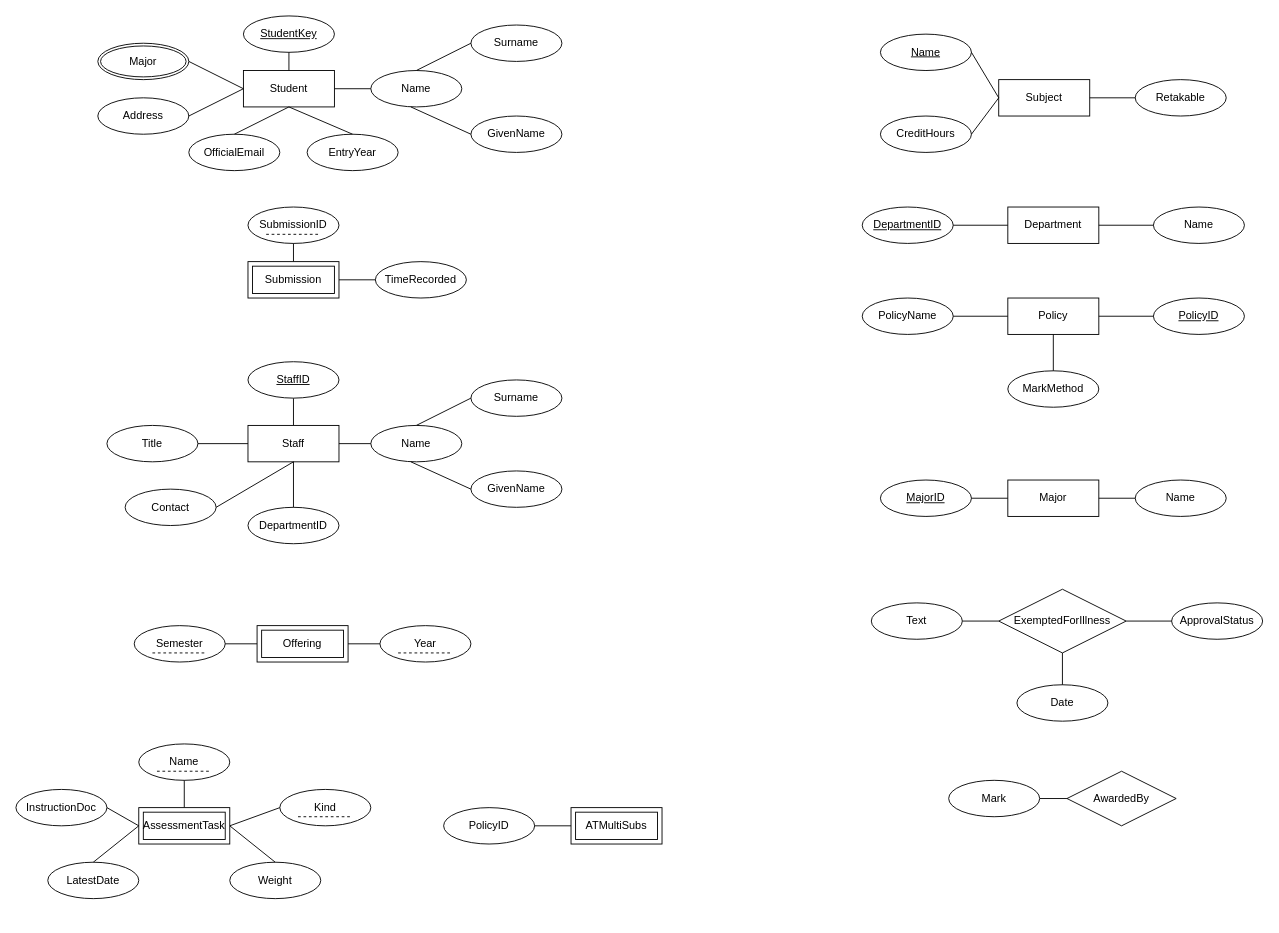
Above: isys2120a2Attr.drawio in NguyenChHieu/graphs (draw.io), before the change. Source tidied: cells renumbered, new cells numbered last; positions are measured from the earlier drawing's top-left corner, leaving out a move shared by most shapes. Both pictures are drawn from the tidied source at 91%, with x=0, y=0 at pixel (15, 15).
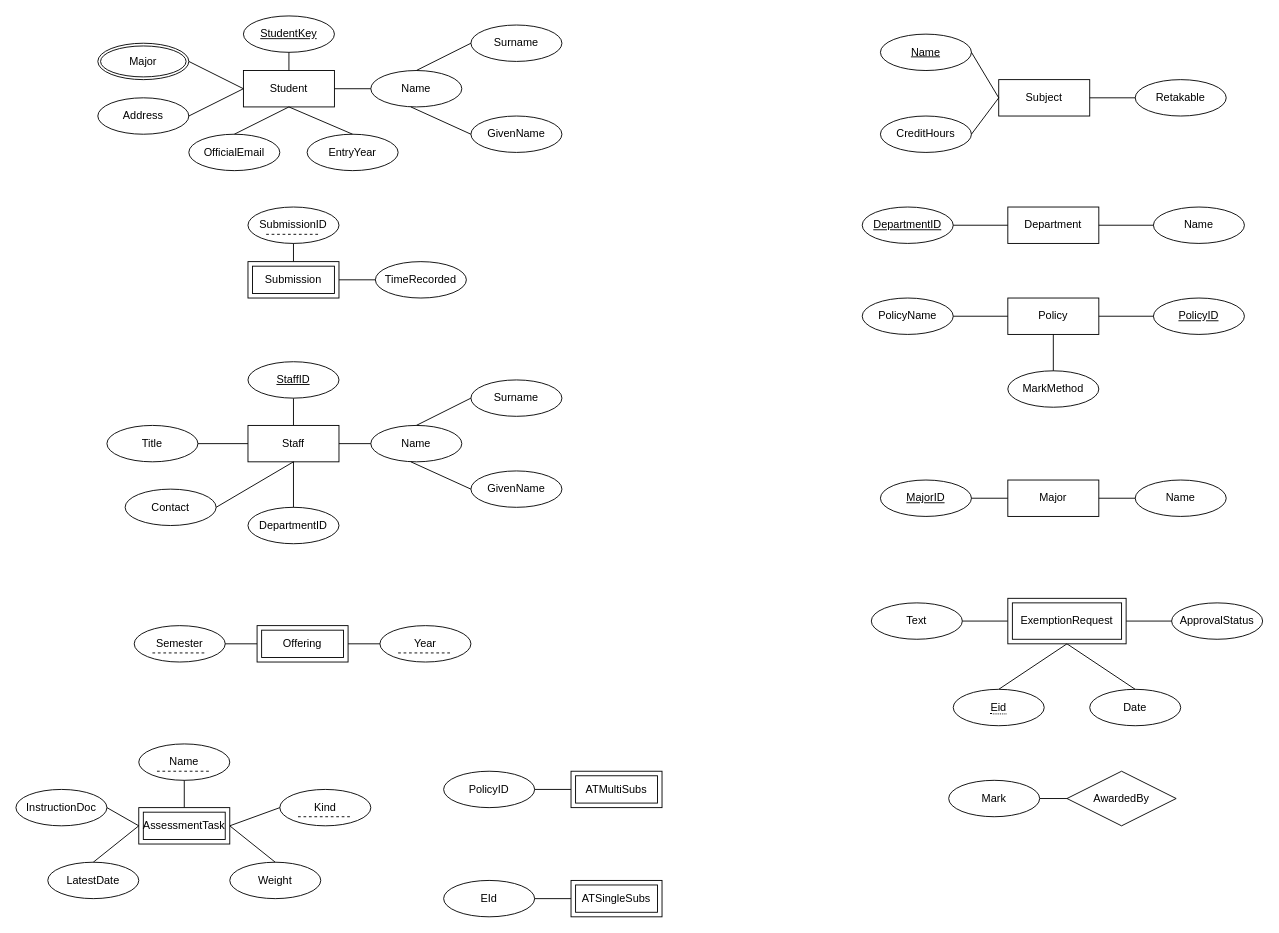
The same diagram, later.

Unchanged cells that the change refers to:
```xml
<mxCell id="61" value="ApprovalStatus" style="ellipse;whiteSpace=wrap;html=1;align=center;" parent="1" vertex="1">
  <mxGeometry x="1270" y="645" width="100" height="40" as="geometry" />
</mxCell>
<mxCell id="94" value="Text" style="ellipse;whiteSpace=wrap;html=1;align=center;" parent="1" vertex="1">
  <mxGeometry x="940" y="645" width="100" height="40" as="geometry" />
</mxCell>
```

The edit, as a diff of the source:
```diff
@@
     <mxCell id="62" value="Date" style="ellipse;whiteSpace=wrap;html=1;align=center;" parent="1" vertex="1">
-      <mxGeometry x="1100" y="735" width="100" height="40" as="geometry" />
+      <mxGeometry x="1180" y="740" width="100" height="40" as="geometry" />
     </mxCell>
@@
     <mxCell id="65" value="PolicyID" style="ellipse;whiteSpace=wrap;html=1;align=center;" parent="1" vertex="1">
-      <mxGeometry x="470" y="870" width="100" height="40" as="geometry" />
+      <mxGeometry x="470" y="830" width="100" height="40" as="geometry" />
     </mxCell>
@@
-    <mxCell id="75" style="endArrow=none;html=1;rounded=0;exitX=1;exitY=0.5;exitDx=0;exitDy=0;entryX=0;entryY=0.5;entryDx=0;entryDy=0;" parent="1" edge="1" source="93" target="61">
+    <mxCell id="75" style="endArrow=none;html=1;rounded=0;exitX=1;exitY=0.5;exitDx=0;exitDy=0;entryX=0;entryY=0.5;entryDx=0;entryDy=0;" parent="1" edge="1" source="97" target="61">
       <mxGeometry relative="1" as="geometry" />
     </mxCell>
-    <mxCell id="76" style="endArrow=none;html=1;rounded=0;entryX=0.5;entryY=1;entryDx=0;entryDy=0;exitX=0.5;exitY=0;exitDx=0;exitDy=0;" parent="1" edge="1" source="62" target="93">
+    <mxCell id="76" style="endArrow=none;html=1;rounded=0;exitX=0.5;exitY=0;exitDx=0;exitDy=0;entryX=0.5;entryY=1;entryDx=0;entryDy=0;" parent="1" edge="1" source="62" target="97">
       <mxGeometry relative="1" as="geometry" />
     </mxCell>
-    <mxCell id="77" style="endArrow=none;html=1;rounded=0;exitX=1;exitY=0.5;exitDx=0;exitDy=0;entryX=0;entryY=0.5;entryDx=0;entryDy=0;" parent="1" edge="1" source="94" target="93">
+    <mxCell id="77" style="endArrow=none;html=1;rounded=0;exitX=1;exitY=0.5;exitDx=0;exitDy=0;entryX=0;entryY=0.5;entryDx=0;entryDy=0;" parent="1" edge="1" source="94" target="97">
       <mxGeometry relative="1" as="geometry" />
     </mxCell>
@@
     <mxCell id="88" value="ATMultiSubs" style="shape=ext;margin=3;double=1;whiteSpace=wrap;html=1;align=center;" parent="1" vertex="1">
-      <mxGeometry x="610" y="870" width="100" height="40" as="geometry" />
+      <mxGeometry x="610" y="830" width="100" height="40" as="geometry" />
     </mxCell>
@@
-    <mxCell id="93" value="ExemptedForIllness" style="shape=rhombus;perimeter=rhombusPerimeter;whiteSpace=wrap;html=1;align=center;" parent="1" vertex="1">
-      <mxGeometry x="1080" y="630" width="140" height="70" as="geometry" />
-    </mxCell>
@@
+    <mxCell id="97" value="ExemptionRequest" style="shape=ext;margin=3;double=1;whiteSpace=wrap;html=1;align=center;" parent="1" vertex="1">
+      <mxGeometry x="1090" y="640" width="130" height="50" as="geometry" />
+    </mxCell>
+    <mxCell id="98" style="endArrow=none;html=1;rounded=0;entryX=0.5;entryY=1;entryDx=0;entryDy=0;exitX=0.5;exitY=0;exitDx=0;exitDy=0;" parent="1" edge="1" source="99" target="97">
+      <mxGeometry relative="1" as="geometry" />
+    </mxCell>
+    <mxCell id="99" value="&lt;span style=&quot;border-bottom: 1px dotted&quot;&gt;Eid&lt;/span&gt;" style="ellipse;whiteSpace=wrap;html=1;align=center;" parent="1" vertex="1">
+      <mxGeometry x="1030" y="740" width="100" height="40" as="geometry" />
+    </mxCell>
+    <mxCell id="100" value="ATSingleSubs" style="shape=ext;margin=3;double=1;whiteSpace=wrap;html=1;align=center;" parent="1" vertex="1">
+      <mxGeometry x="610" y="950" width="100" height="40" as="geometry" />
+    </mxCell>
+    <mxCell id="101" value="EId" style="ellipse;whiteSpace=wrap;html=1;align=center;" parent="1" vertex="1">
+      <mxGeometry x="470" y="950" width="100" height="40" as="geometry" />
+    </mxCell>
+    <mxCell id="102" style="endArrow=none;html=1;rounded=0;exitX=1;exitY=0.5;exitDx=0;exitDy=0;entryX=0;entryY=0.5;entryDx=0;entryDy=0;" parent="1" edge="1" source="101" target="100">
+      <mxGeometry relative="1" as="geometry" />
+    </mxCell>
```
